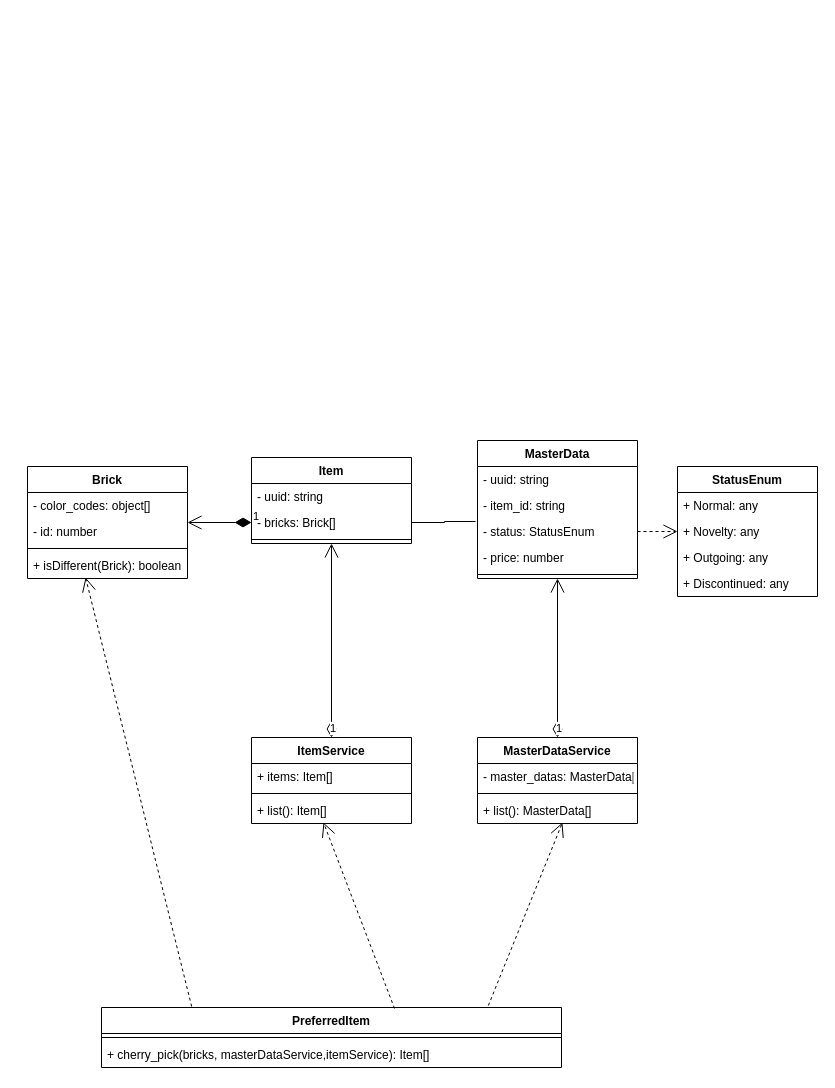
Before: Untitled Diagram.drawio in coolloic/coolloic, a draw.io diagram. Source tidied: cells renumbered, new cells numbered last; positions are measured from the earlier drawing's top-left corner, leaving out a move shared by most shapes. Both pictures are drawn from the tidied source at 100%, with x=0, y=0 at pixel (27, 440).
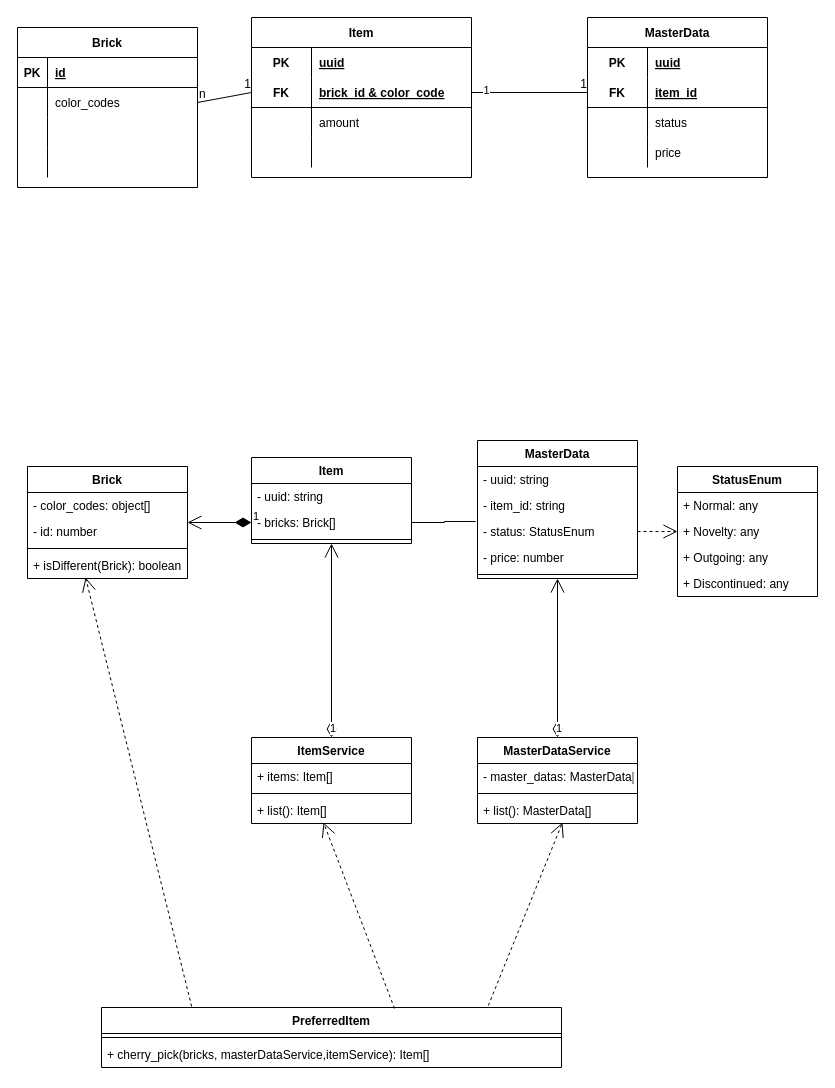
Above is the later version.

What changed in the source:
```diff
@@
+    <mxCell id="41" value="Brick" style="shape=table;startSize=30;childLayout=tableLayout;rowLines=0;fontStyle=1;align=center;" parent="1" vertex="1">
+      <mxGeometry x="-10" y="-413" width="180" height="160" as="geometry" />
+    </mxCell>
+    <mxCell id="42" style="shape=tableRow;horizontal=0;startSize=0;swimlaneHead=0;swimlaneBody=0;fillColor=none;top=0;left=0;right=0;bottom=1;" parent="41" vertex="1">
+      <mxGeometry y="30" width="180" height="30" as="geometry" />
+    </mxCell>
+    <mxCell id="43" value="PK" style="shape=partialRectangle;fillColor=none;top=0;left=0;bottom=0;right=0;fontStyle=1;overflow=hidden;" parent="42" vertex="1">
+      <mxGeometry width="30" height="30" as="geometry" />
+    </mxCell>
+    <mxCell id="44" value="id" style="shape=partialRectangle;fillColor=none;top=0;left=0;bottom=0;right=0;align=left;spacingLeft=6;fontStyle=5;overflow=hidden;" parent="42" vertex="1">
+      <mxGeometry x="30" width="150" height="30" as="geometry" />
+    </mxCell>
+    <mxCell id="45" style="shape=tableRow;horizontal=0;startSize=0;swimlaneHead=0;swimlaneBody=0;fillColor=none;points=[[0,0.5],[1,0.5]];portConstraint=eastwest;top=0;left=0;right=0;bottom=0;" parent="41" vertex="1">
+      <mxGeometry y="60" width="180" height="30" as="geometry" />
+    </mxCell>
+    <mxCell id="46" style="shape=partialRectangle;fillColor=none;top=0;left=0;bottom=0;right=0;overflow=hidden;" parent="45" vertex="1">
+      <mxGeometry width="30" height="30" as="geometry" />
+    </mxCell>
+    <mxCell id="47" value="color_codes" style="shape=partialRectangle;fillColor=none;top=0;left=0;bottom=0;right=0;align=left;spacingLeft=6;overflow=hidden;" parent="45" vertex="1">
+      <mxGeometry x="30" width="150" height="30" as="geometry" />
+    </mxCell>
+    <mxCell id="48" style="shape=tableRow;horizontal=0;startSize=0;swimlaneHead=0;swimlaneBody=0;fillColor=none;top=0;left=0;right=0;bottom=0;" parent="41" vertex="1">
+      <mxGeometry y="90" width="180" height="30" as="geometry" />
+    </mxCell>
+    <mxCell id="49" style="shape=partialRectangle;fillColor=none;top=0;left=0;bottom=0;right=0;overflow=hidden;" parent="48" vertex="1">
+      <mxGeometry width="30" height="30" as="geometry" />
+    </mxCell>
+    <mxCell id="50" style="shape=partialRectangle;fillColor=none;top=0;left=0;bottom=0;right=0;align=left;spacingLeft=6;overflow=hidden;" parent="48" vertex="1">
+      <mxGeometry x="30" width="150" height="30" as="geometry" />
+    </mxCell>
+    <mxCell id="51" style="shape=tableRow;horizontal=0;startSize=0;swimlaneHead=0;swimlaneBody=0;fillColor=none;top=0;left=0;right=0;bottom=0;" parent="41" vertex="1">
+      <mxGeometry y="120" width="180" height="30" as="geometry" />
+    </mxCell>
+    <mxCell id="52" style="shape=partialRectangle;fillColor=none;top=0;left=0;bottom=0;right=0;overflow=hidden;" parent="51" vertex="1">
+      <mxGeometry width="30" height="30" as="geometry" />
+    </mxCell>
+    <mxCell id="53" style="shape=partialRectangle;fillColor=none;top=0;left=0;bottom=0;right=0;align=left;spacingLeft=6;overflow=hidden;" parent="51" vertex="1">
+      <mxGeometry x="30" width="150" height="30" as="geometry" />
+    </mxCell>
+    <mxCell id="54" value="Item" style="shape=table;startSize=30;childLayout=tableLayout;rowLines=0;fontStyle=1;align=center;" parent="1" vertex="1">
+      <mxGeometry x="224" y="-423" width="220" height="160" as="geometry" />
+    </mxCell>
+    <mxCell id="55" style="shape=tableRow;horizontal=0;startSize=0;swimlaneHead=0;swimlaneBody=0;fillColor=none;top=0;left=0;right=0;bottom=0;" parent="54" vertex="1">
+      <mxGeometry y="30" width="220" height="30" as="geometry" />
+    </mxCell>
+    <mxCell id="56" value="PK" style="shape=partialRectangle;fillColor=none;top=0;left=0;bottom=0;right=0;fontStyle=1;overflow=hidden;" parent="55" vertex="1">
+      <mxGeometry width="60" height="30" as="geometry" />
+    </mxCell>
+    <mxCell id="57" value="uuid" style="shape=partialRectangle;fillColor=none;top=0;left=0;bottom=0;right=0;align=left;spacingLeft=6;fontStyle=5;overflow=hidden;" parent="55" vertex="1">
+      <mxGeometry x="60" width="160" height="30" as="geometry" />
+    </mxCell>
+    <mxCell id="58" style="shape=tableRow;horizontal=0;startSize=0;swimlaneHead=0;swimlaneBody=0;fillColor=none;points=[[0,0.5],[1,0.5]];portConstraint=eastwest;top=0;left=0;right=0;bottom=1;" parent="54" vertex="1">
+      <mxGeometry y="60" width="220" height="30" as="geometry" />
+    </mxCell>
+    <mxCell id="59" value="FK" style="shape=partialRectangle;fillColor=none;top=0;left=0;bottom=0;right=0;fontStyle=1;overflow=hidden;" parent="58" vertex="1">
+      <mxGeometry width="60" height="30" as="geometry" />
+    </mxCell>
+    <mxCell id="60" value="brick_id &amp; color_code" style="shape=partialRectangle;fillColor=none;top=0;left=0;bottom=0;right=0;align=left;spacingLeft=6;fontStyle=5;overflow=hidden;" parent="58" vertex="1">
+      <mxGeometry x="60" width="160" height="30" as="geometry" />
+    </mxCell>
+    <mxCell id="61" style="shape=tableRow;horizontal=0;startSize=0;swimlaneHead=0;swimlaneBody=0;fillColor=none;top=0;left=0;right=0;bottom=0;" parent="54" vertex="1">
+      <mxGeometry y="90" width="220" height="30" as="geometry" />
+    </mxCell>
+    <mxCell id="62" style="shape=partialRectangle;fillColor=none;top=0;left=0;bottom=0;right=0;overflow=hidden;" parent="61" vertex="1">
+      <mxGeometry width="60" height="30" as="geometry" />
+    </mxCell>
+    <mxCell id="63" value="amount" style="shape=partialRectangle;fillColor=none;top=0;left=0;bottom=0;right=0;align=left;spacingLeft=6;overflow=hidden;" parent="61" vertex="1">
+      <mxGeometry x="60" width="160" height="30" as="geometry" />
+    </mxCell>
+    <mxCell id="64" style="shape=tableRow;horizontal=0;startSize=0;swimlaneHead=0;swimlaneBody=0;fillColor=none;top=0;left=0;right=0;bottom=0;" parent="54" vertex="1">
+      <mxGeometry y="120" width="220" height="30" as="geometry" />
+    </mxCell>
+    <mxCell id="65" style="shape=partialRectangle;fillColor=none;top=0;left=0;bottom=0;right=0;overflow=hidden;" parent="64" vertex="1">
+      <mxGeometry width="60" height="30" as="geometry" />
+    </mxCell>
+    <mxCell id="66" style="shape=partialRectangle;fillColor=none;top=0;left=0;bottom=0;right=0;align=left;spacingLeft=6;overflow=hidden;" parent="64" vertex="1">
+      <mxGeometry x="60" width="160" height="30" as="geometry" />
+    </mxCell>
+    <mxCell id="67" style="endArrow=none;html=1;rounded=0;entryX=0;entryY=0.5;entryDx=0;entryDy=0;exitX=1;exitY=0.5;exitDx=0;exitDy=0;" parent="1" edge="1" source="45" target="58">
+      <mxGeometry relative="1" as="geometry" />
+    </mxCell>
+    <mxCell id="68" value="n" style="html=1;align=left;verticalAlign=bottom;" parent="67" vertex="1">
+      <mxGeometry x="-1" relative="1" as="geometry" />
+    </mxCell>
+    <mxCell id="69" value="1" style="html=1;align=right;verticalAlign=bottom;" parent="67" vertex="1">
+      <mxGeometry x="1" relative="1" as="geometry" />
+    </mxCell>
+    <mxCell id="70" value="MasterData" style="shape=table;startSize=30;childLayout=tableLayout;rowLines=0;fontStyle=1;align=center;" parent="1" vertex="1">
+      <mxGeometry x="560" y="-423" width="180" height="160" as="geometry" />
+    </mxCell>
+    <mxCell id="71" style="shape=tableRow;horizontal=0;startSize=0;swimlaneHead=0;swimlaneBody=0;fillColor=none;top=0;left=0;right=0;bottom=0;" parent="70" vertex="1">
+      <mxGeometry y="30" width="180" height="30" as="geometry" />
+    </mxCell>
+    <mxCell id="72" value="PK" style="shape=partialRectangle;fillColor=none;top=0;left=0;bottom=0;right=0;fontStyle=1;overflow=hidden;" parent="71" vertex="1">
+      <mxGeometry width="60" height="30" as="geometry" />
+    </mxCell>
+    <mxCell id="73" value="uuid" style="shape=partialRectangle;fillColor=none;top=0;left=0;bottom=0;right=0;align=left;spacingLeft=6;fontStyle=5;overflow=hidden;" parent="71" vertex="1">
+      <mxGeometry x="60" width="120" height="30" as="geometry" />
+    </mxCell>
+    <mxCell id="74" style="shape=tableRow;horizontal=0;startSize=0;swimlaneHead=0;swimlaneBody=0;fillColor=none;points=[[0,0.5],[1,0.5]];portConstraint=eastwest;top=0;left=0;right=0;bottom=1;" parent="70" vertex="1">
+      <mxGeometry y="60" width="180" height="30" as="geometry" />
+    </mxCell>
+    <mxCell id="75" value="FK" style="shape=partialRectangle;fillColor=none;top=0;left=0;bottom=0;right=0;fontStyle=1;overflow=hidden;" parent="74" vertex="1">
+      <mxGeometry width="60" height="30" as="geometry" />
+    </mxCell>
+    <mxCell id="76" value="item_id" style="shape=partialRectangle;fillColor=none;top=0;left=0;bottom=0;right=0;align=left;spacingLeft=6;fontStyle=5;overflow=hidden;" parent="74" vertex="1">
+      <mxGeometry x="60" width="120" height="30" as="geometry" />
+    </mxCell>
+    <mxCell id="77" style="shape=tableRow;horizontal=0;startSize=0;swimlaneHead=0;swimlaneBody=0;fillColor=none;top=0;left=0;right=0;bottom=0;" parent="70" vertex="1">
+      <mxGeometry y="90" width="180" height="30" as="geometry" />
+    </mxCell>
+    <mxCell id="78" style="shape=partialRectangle;fillColor=none;top=0;left=0;bottom=0;right=0;overflow=hidden;" parent="77" vertex="1">
+      <mxGeometry width="60" height="30" as="geometry" />
+    </mxCell>
+    <mxCell id="79" value="status" style="shape=partialRectangle;fillColor=none;top=0;left=0;bottom=0;right=0;align=left;spacingLeft=6;overflow=hidden;" parent="77" vertex="1">
+      <mxGeometry x="60" width="120" height="30" as="geometry" />
+    </mxCell>
+    <mxCell id="80" style="shape=tableRow;horizontal=0;startSize=0;swimlaneHead=0;swimlaneBody=0;fillColor=none;top=0;left=0;right=0;bottom=0;" parent="70" vertex="1">
+      <mxGeometry y="120" width="180" height="30" as="geometry" />
+    </mxCell>
+    <mxCell id="81" style="shape=partialRectangle;fillColor=none;top=0;left=0;bottom=0;right=0;overflow=hidden;" parent="80" vertex="1">
+      <mxGeometry width="60" height="30" as="geometry" />
+    </mxCell>
+    <mxCell id="82" value="price" style="shape=partialRectangle;fillColor=none;top=0;left=0;bottom=0;right=0;align=left;spacingLeft=6;overflow=hidden;" parent="80" vertex="1">
+      <mxGeometry x="60" width="120" height="30" as="geometry" />
+    </mxCell>
+    <mxCell id="83" style="endArrow=none;html=1;rounded=0;exitX=1;exitY=0.5;exitDx=0;exitDy=0;entryX=0;entryY=0.5;entryDx=0;entryDy=0;" parent="1" edge="1" source="58" target="74">
+      <mxGeometry relative="1" as="geometry" />
+    </mxCell>
+    <mxCell id="84" value="1" style="html=1;align=right;verticalAlign=bottom;" parent="83" vertex="1">
+      <mxGeometry x="1" relative="1" as="geometry" />
+    </mxCell>
+    <mxCell id="85" value="1" style="edgeLabel;html=1;align=center;verticalAlign=middle;" parent="83" vertex="1">
+      <mxGeometry x="-0.76" y="3" relative="1" as="geometry" />
+    </mxCell>
```
